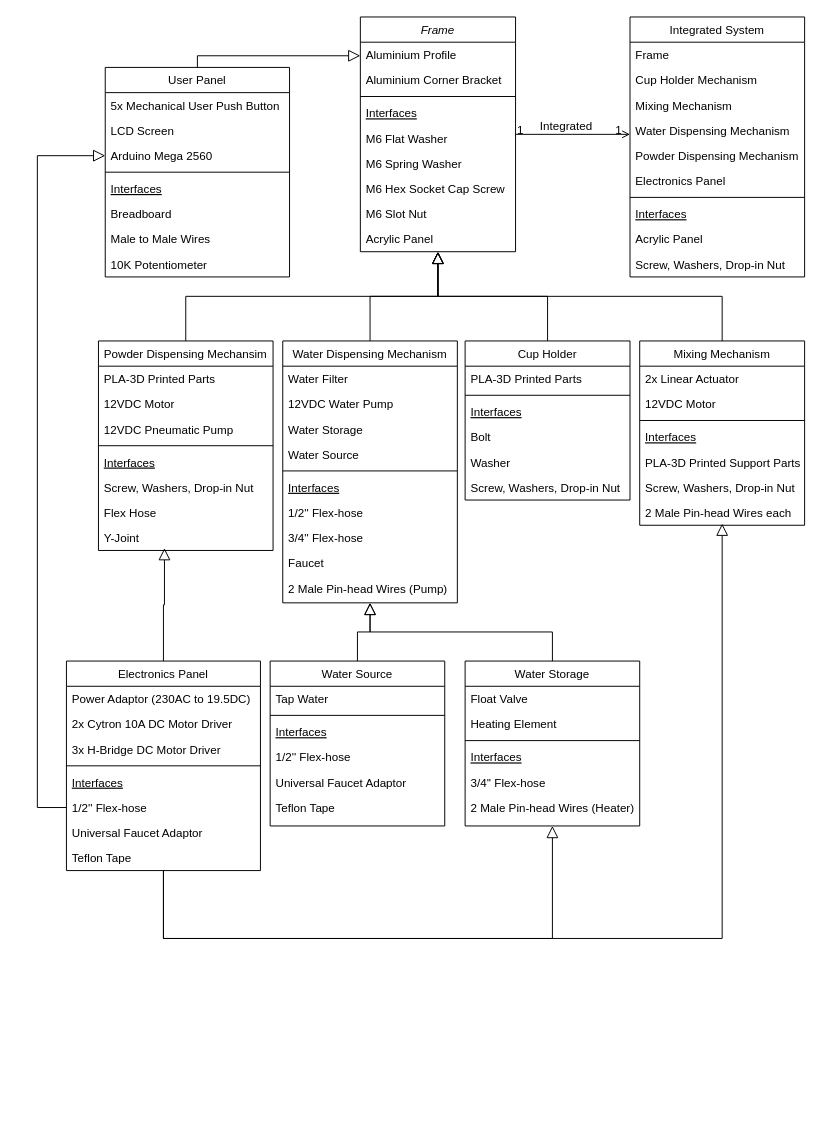
Above: integrationclass.drawio in necroboi/RISK-AND-DECISION-HDB (draw.io), before the change. Source tidied: cells renumbered, new cells numbered last; positions are measured from the earlier drawing's top-left corner, leaving out a move shared by most shapes. Both pictures are drawn from the tidied source at 97%, with x=0, y=0 at pixel (37, 16).
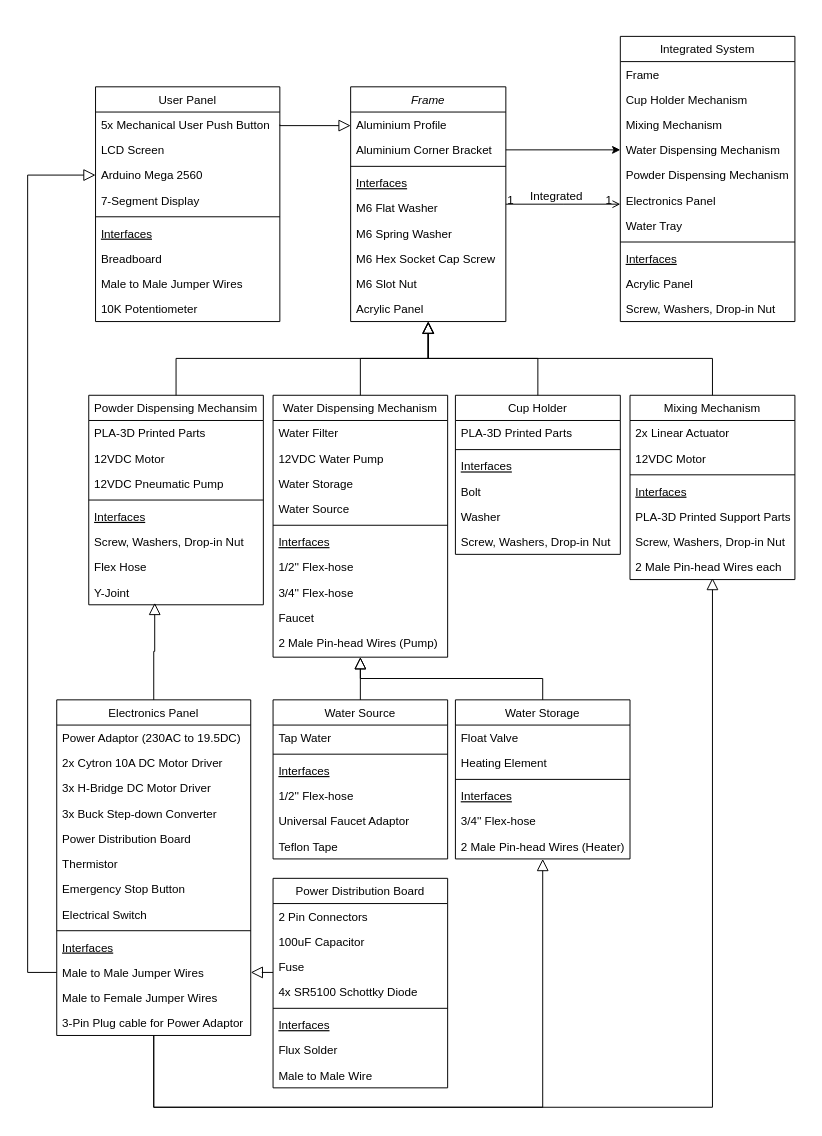
After the change.

The change refers to these unchanged cells:
```xml
<mxCell id="3" value="Aluminium Profile" style="text;align=left;verticalAlign=top;spacingLeft=4;spacingRight=4;overflow=hidden;points=[[0,0.5],[1,0.5]];portConstraint=eastwest;" parent="2" vertex="1">
  <mxGeometry y="26" width="160" height="26" as="geometry" />
</mxCell>
<mxCell id="4" value="Aluminium Corner Bracket" style="text;align=left;verticalAlign=top;spacingLeft=4;spacingRight=4;overflow=hidden;points=[[0,0.5],[1,0.5]];portConstraint=eastwest;rounded=0;shadow=0;html=0;" parent="2" vertex="1">
  <mxGeometry y="52" width="160" height="26" as="geometry" />
</mxCell>
<mxCell id="31" value="2 Male Pin-head Wires each" style="text;align=left;verticalAlign=top;spacingLeft=4;spacingRight=4;overflow=hidden;points=[[0,0.5],[1,0.5]];portConstraint=eastwest;" parent="24" vertex="1">
  <mxGeometry y="164" width="170" height="26" as="geometry" />
</mxCell>
<mxCell id="37" value="Water Dispensing Mechanism" style="text;align=left;verticalAlign=top;spacingLeft=4;spacingRight=4;overflow=hidden;points=[[0,0.5],[1,0.5]];portConstraint=eastwest;rounded=0;shadow=0;html=0;" parent="33" vertex="1">
  <mxGeometry y="104" width="180" height="26" as="geometry" />
</mxCell>
<mxCell id="80" value="Y-Joint" style="text;align=left;verticalAlign=top;spacingLeft=4;spacingRight=4;overflow=hidden;points=[[0,0.5],[1,0.5]];portConstraint=eastwest;" parent="72" vertex="1">
  <mxGeometry y="190" width="180" height="26" as="geometry" />
</mxCell>
<mxCell id="85" value="Arduino Mega 2560" style="text;align=left;verticalAlign=top;spacingLeft=4;spacingRight=4;overflow=hidden;points=[[0,0.5],[1,0.5]];portConstraint=eastwest;" parent="82" vertex="1">
  <mxGeometry y="78" width="190" height="26" as="geometry" />
</mxCell>
```

Change to the diagram source:
```diff
@@
     <mxCell id="2" value="Frame" style="swimlane;fontStyle=2;align=center;verticalAlign=top;horizontal=1;startSize=26;rounded=0;shadow=0;strokeWidth=1;" parent="1" vertex="1">
-      <mxGeometry x="333" width="160" height="242" as="geometry" />
+      <mxGeometry x="323" y="72" width="160" height="242" as="geometry" />
     </mxCell>
@@
     <mxCell id="12" value="Water Dispensing Mechanism" style="swimlane;fontStyle=0;align=center;verticalAlign=top;horizontal=1;startSize=26;rounded=0;shadow=0;strokeWidth=1;" parent="1" vertex="1">
-      <mxGeometry x="253" y="334" width="180" height="270" as="geometry" />
+      <mxGeometry x="243" y="390" width="180" height="270" as="geometry" />
     </mxCell>
@@
     <mxCell id="24" value="Mixing Mechanism" style="swimlane;fontStyle=0;align=center;verticalAlign=top;horizontal=1;startSize=26;rounded=0;shadow=0;strokeWidth=1;" parent="1" vertex="1">
-      <mxGeometry x="621" y="334" width="170" height="190" as="geometry" />
+      <mxGeometry x="611" y="390" width="170" height="190" as="geometry" />
     </mxCell>
@@
     <mxCell id="33" value="Integrated System" style="swimlane;fontStyle=0;align=center;verticalAlign=top;horizontal=1;startSize=26;rounded=0;shadow=0;strokeWidth=1;" parent="1" vertex="1">
-      <mxGeometry x="611" width="180" height="268" as="geometry" />
+      <mxGeometry x="601" y="20" width="180" height="294" as="geometry" />
     </mxCell>
@@
+    <mxCell id="105" value="Water Tray" style="text;align=left;verticalAlign=top;spacingLeft=4;spacingRight=4;overflow=hidden;rounded=0;shadow=0;html=0;" parent="33" vertex="1">
+      <mxGeometry y="182" width="180" height="26" as="geometry" />
+    </mxCell>
     <mxCell id="40" style="line;html=1;strokeWidth=1;align=left;verticalAlign=middle;spacingTop=-1;spacingLeft=3;spacingRight=3;labelPosition=right;" parent="33" vertex="1">
-      <mxGeometry y="182" width="180" height="8" as="geometry" />
+      <mxGeometry y="208" width="180" height="8" as="geometry" />
     </mxCell>
     <mxCell id="41" value="Interfaces" style="text;align=left;verticalAlign=top;spacingLeft=4;spacingRight=4;overflow=hidden;fontStyle=4;" parent="33" vertex="1">
-      <mxGeometry y="190" width="180" height="26" as="geometry" />
+      <mxGeometry y="216" width="180" height="26" as="geometry" />
     </mxCell>
     <mxCell id="42" value="Acrylic Panel" style="text;align=left;verticalAlign=top;spacingLeft=4;spacingRight=4;overflow=hidden;" parent="33" vertex="1">
-      <mxGeometry y="216" width="180" height="26" as="geometry" />
+      <mxGeometry y="242" width="180" height="26" as="geometry" />
     </mxCell>
     <mxCell id="43" value="Screw, Washers, Drop-in Nut" style="text;align=left;verticalAlign=top;spacingLeft=4;spacingRight=4;overflow=hidden;" parent="33" vertex="1">
-      <mxGeometry y="242" width="180" height="26" as="geometry" />
+      <mxGeometry y="268" width="180" height="26" as="geometry" />
     </mxCell>
@@
     <mxCell id="48" value="Cup Holder" style="swimlane;fontStyle=0;align=center;verticalAlign=top;horizontal=1;startSize=26;rounded=0;shadow=0;strokeWidth=1;" parent="1" vertex="1">
-      <mxGeometry x="441" y="334" width="170" height="164" as="geometry" />
+      <mxGeometry x="431" y="390" width="170" height="164" as="geometry" />
     </mxCell>
@@
     <mxCell id="56" value="Water Storage" style="swimlane;fontStyle=0;align=center;verticalAlign=top;horizontal=1;startSize=26;rounded=0;shadow=0;strokeWidth=1;" parent="1" vertex="1">
-      <mxGeometry x="441" y="664" width="180" height="170" as="geometry" />
+      <mxGeometry x="431" y="704" width="180" height="164" as="geometry" />
     </mxCell>
@@
     <mxCell id="63" style="endArrow=block;endSize=10;endFill=0;shadow=0;strokeWidth=1;rounded=0;curved=0;edgeStyle=elbowEdgeStyle;elbow=vertical;" parent="1" edge="1" source="56">
       <mxGeometry relative="1" as="geometry">
-        <mxPoint x="343" y="604" as="targetPoint" />
+        <mxPoint x="333" y="660" as="targetPoint" />
       </mxGeometry>
     </mxCell>
     <mxCell id="64" value="Water Source" style="swimlane;fontStyle=0;align=center;verticalAlign=top;horizontal=1;startSize=26;rounded=0;shadow=0;strokeWidth=1;" parent="1" vertex="1">
-      <mxGeometry x="240" y="664" width="180" height="170" as="geometry" />
+      <mxGeometry x="243" y="704" width="180" height="164" as="geometry" />
     </mxCell>
@@
     <mxCell id="71" style="endArrow=block;endSize=10;endFill=0;shadow=0;strokeWidth=1;rounded=0;curved=0;edgeStyle=elbowEdgeStyle;elbow=vertical;" parent="1" edge="1" source="64">
       <mxGeometry relative="1" as="geometry">
-        <mxPoint x="343" y="604" as="targetPoint" />
+        <mxPoint x="333" y="660" as="targetPoint" />
       </mxGeometry>
     </mxCell>
     <mxCell id="72" value="Powder Dispensing Mechansim" style="swimlane;fontStyle=0;align=center;verticalAlign=top;horizontal=1;startSize=26;rounded=0;shadow=0;strokeWidth=1;" parent="1" vertex="1">
-      <mxGeometry x="63" y="334" width="180" height="216" as="geometry" />
+      <mxGeometry x="53" y="390" width="180" height="216" as="geometry" />
     </mxCell>
@@
     <mxCell id="82" value="User Panel" style="swimlane;fontStyle=0;align=center;verticalAlign=top;horizontal=1;startSize=26;rounded=0;shadow=0;strokeWidth=1;" parent="1" vertex="1">
-      <mxGeometry x="70" y="52" width="190" height="216" as="geometry" />
+      <mxGeometry x="60" y="72" width="190" height="242" as="geometry" />
     </mxCell>
@@
+    <mxCell id="106" value="7-Segment Display" style="text;align=left;verticalAlign=top;spacingLeft=4;spacingRight=4;overflow=hidden;" parent="82" vertex="1">
+      <mxGeometry y="104" width="190" height="26" as="geometry" />
+    </mxCell>
     <mxCell id="86" style="line;html=1;strokeWidth=1;align=left;verticalAlign=middle;spacingTop=-1;spacingLeft=3;spacingRight=3;labelPosition=right;" parent="82" vertex="1">
-      <mxGeometry y="104" width="190" height="8" as="geometry" />
+      <mxGeometry y="130" width="190" height="8" as="geometry" />
     </mxCell>
     <mxCell id="87" value="Interfaces" style="text;align=left;verticalAlign=top;spacingLeft=4;spacingRight=4;overflow=hidden;fontStyle=4;" parent="82" vertex="1">
-      <mxGeometry y="112" width="190" height="26" as="geometry" />
+      <mxGeometry y="138" width="190" height="26" as="geometry" />
     </mxCell>
     <mxCell id="88" value="Breadboard" style="text;align=left;verticalAlign=top;spacingLeft=4;spacingRight=4;overflow=hidden;" parent="82" vertex="1">
-      <mxGeometry y="138" width="190" height="26" as="geometry" />
+      <mxGeometry y="164" width="190" height="26" as="geometry" />
     </mxCell>
-    <mxCell id="89" value="Male to Male Wires" style="text;align=left;verticalAlign=top;spacingLeft=4;spacingRight=4;overflow=hidden;" parent="82" vertex="1">
-      <mxGeometry y="164" width="190" height="26" as="geometry" />
+    <mxCell id="89" value="Male to Male Jumper Wires" style="text;align=left;verticalAlign=top;spacingLeft=4;spacingRight=4;overflow=hidden;" parent="82" vertex="1">
+      <mxGeometry y="190" width="190" height="26" as="geometry" />
     </mxCell>
     <mxCell id="90" value="10K Potentiometer" style="text;align=left;verticalAlign=top;spacingLeft=4;spacingRight=4;overflow=hidden;" parent="82" vertex="1">
-      <mxGeometry y="190" width="190" height="26" as="geometry" />
+      <mxGeometry y="216" width="190" height="26" as="geometry" />
     </mxCell>
-    <mxCell id="91" style="endArrow=block;endSize=10;endFill=0;shadow=0;strokeWidth=1;rounded=0;curved=0;edgeStyle=elbowEdgeStyle;elbow=vertical;exitX=0.5;exitY=0;exitDx=0;exitDy=0;entryX=0;entryY=0.5;entryDx=0;entryDy=0;" parent="1" edge="1" source="82" target="3">
+    <mxCell id="91" style="endArrow=block;endSize=10;endFill=0;shadow=0;strokeWidth=1;rounded=0;curved=0;edgeStyle=elbowEdgeStyle;elbow=vertical;entryX=0;entryY=0.5;entryDx=0;entryDy=0;" parent="1" edge="1" target="3">
       <mxGeometry relative="1" as="geometry">
+        <mxPoint x="250" y="111" as="sourcePoint" />
         <Array as="points">
-          <mxPoint x="200" y="40" />
+          <mxPoint x="190" y="112" />
         </Array>
       </mxGeometry>
     </mxCell>
     <mxCell id="92" value="Electronics Panel" style="swimlane;fontStyle=0;align=center;verticalAlign=top;horizontal=1;startSize=26;rounded=0;shadow=0;strokeWidth=1;" parent="1" vertex="1">
-      <mxGeometry x="30" y="664" width="200" height="216" as="geometry" />
+      <mxGeometry x="20" y="704" width="200" height="346" as="geometry" />
     </mxCell>
@@
+    <mxCell id="107" value="3x Buck Step-down Converter" style="text;align=left;verticalAlign=top;spacingLeft=4;spacingRight=4;overflow=hidden;" parent="92" vertex="1">
+      <mxGeometry y="104" width="200" height="26" as="geometry" />
+    </mxCell>
+    <mxCell id="108" value="Power Distribution Board" style="text;align=left;verticalAlign=top;spacingLeft=4;spacingRight=4;overflow=hidden;" parent="92" vertex="1">
+      <mxGeometry y="130" width="200" height="26" as="geometry" />
+    </mxCell>
+    <mxCell id="109" value="Thermistor" style="text;align=left;verticalAlign=top;spacingLeft=4;spacingRight=4;overflow=hidden;" parent="92" vertex="1">
+      <mxGeometry y="156" width="200" height="26" as="geometry" />
+    </mxCell>
+    <mxCell id="110" value="Emergency Stop Button" style="text;align=left;verticalAlign=top;spacingLeft=4;spacingRight=4;overflow=hidden;rounded=0;shadow=0;html=0;" parent="92" vertex="1">
+      <mxGeometry y="182" width="200" height="26" as="geometry" />
+    </mxCell>
+    <mxCell id="111" value="Electrical Switch" style="text;align=left;verticalAlign=top;spacingLeft=4;spacingRight=4;overflow=hidden;rounded=0;shadow=0;html=0;" parent="92" vertex="1">
+      <mxGeometry y="208" width="200" height="26" as="geometry" />
+    </mxCell>
     <mxCell id="96" style="line;html=1;strokeWidth=1;align=left;verticalAlign=middle;spacingTop=-1;spacingLeft=3;spacingRight=3;labelPosition=right;" parent="92" vertex="1">
-      <mxGeometry y="104" width="200" height="8" as="geometry" />
+      <mxGeometry y="234" width="200" height="8" as="geometry" />
     </mxCell>
     <mxCell id="97" value="Interfaces" style="text;align=left;verticalAlign=top;spacingLeft=4;spacingRight=4;overflow=hidden;fontStyle=4;" parent="92" vertex="1">
-      <mxGeometry y="112" width="200" height="26" as="geometry" />
+      <mxGeometry y="242" width="200" height="26" as="geometry" />
     </mxCell>
-    <mxCell id="98" value="1/2'' Flex-hose" style="text;align=left;verticalAlign=top;spacingLeft=4;spacingRight=4;overflow=hidden;points=[[0,0.5],[1,0.5]];portConstraint=eastwest;" parent="92" vertex="1">
-      <mxGeometry y="138" width="200" height="26" as="geometry" />
+    <mxCell id="98" value="Male to Male Jumper Wires" style="text;align=left;verticalAlign=top;spacingLeft=4;spacingRight=4;overflow=hidden;points=[[0,0.5],[1,0.5]];portConstraint=eastwest;" parent="92" vertex="1">
+      <mxGeometry y="268" width="200" height="26" as="geometry" />
     </mxCell>
-    <mxCell id="99" value="Universal Faucet Adaptor" style="text;align=left;verticalAlign=top;spacingLeft=4;spacingRight=4;overflow=hidden;" parent="92" vertex="1">
-      <mxGeometry y="164" width="200" height="26" as="geometry" />
+    <mxCell id="99" value="Male to Female Jumper Wires" style="text;align=left;verticalAlign=top;spacingLeft=4;spacingRight=4;overflow=hidden;" parent="92" vertex="1">
+      <mxGeometry y="294" width="200" height="26" as="geometry" />
     </mxCell>
-    <mxCell id="100" value="Teflon Tape" style="text;align=left;verticalAlign=top;spacingLeft=4;spacingRight=4;overflow=hidden;" parent="92" vertex="1">
-      <mxGeometry y="190" width="200" height="26" as="geometry" />
+    <mxCell id="100" value="3-Pin Plug cable for Power Adaptor" style="text;align=left;verticalAlign=top;spacingLeft=4;spacingRight=4;overflow=hidden;" parent="92" vertex="1">
+      <mxGeometry y="320" width="200" height="26" as="geometry" />
     </mxCell>
-    <mxCell id="101" style="endArrow=block;endSize=10;endFill=0;shadow=0;strokeWidth=1;rounded=0;curved=0;edgeStyle=elbowEdgeStyle;elbow=vertical;entryX=0.378;entryY=0.906;entryDx=0;entryDy=0;entryPerimeter=0;" parent="1" edge="1" source="92" target="80">
-      <mxGeometry relative="1" as="geometry" />
+    <mxCell id="101" style="endArrow=block;endSize=10;endFill=0;shadow=0;strokeWidth=1;rounded=0;curved=0;edgeStyle=elbowEdgeStyle;elbow=vertical;" parent="1" edge="1" source="92">
+      <mxGeometry relative="1" as="geometry">
+        <mxPoint x="121" y="604" as="targetPoint" />
+      </mxGeometry>
     </mxCell>
     <mxCell id="102" style="endArrow=block;endSize=10;endFill=0;shadow=0;strokeWidth=1;rounded=0;curved=0;edgeStyle=elbowEdgeStyle;elbow=vertical;exitX=0;exitY=0.5;exitDx=0;exitDy=0;entryX=0;entryY=0.5;entryDx=0;entryDy=0;" parent="1" edge="1" source="98" target="85">
       <mxGeometry relative="1" as="geometry">
         <Array as="points">
-          <mxPoint y="510" />
+          <mxPoint x="-10" y="582" />
         </Array>
       </mxGeometry>
     </mxCell>
     <mxCell id="103" style="endArrow=block;endSize=10;endFill=0;shadow=0;strokeWidth=1;rounded=0;curved=0;edgeStyle=elbowEdgeStyle;elbow=vertical;entryX=0.5;entryY=1;entryDx=0;entryDy=0;exitX=0.5;exitY=1;exitDx=0;exitDy=0;" parent="1" edge="1" source="92" target="56">
       <mxGeometry relative="1" as="geometry">
         <Array as="points">
-          <mxPoint x="330" y="950" />
+          <mxPoint x="320" y="1124" />
         </Array>
       </mxGeometry>
     </mxCell>
     <mxCell id="104" style="endArrow=block;endSize=10;endFill=0;shadow=0;strokeWidth=1;rounded=0;curved=0;edgeStyle=elbowEdgeStyle;elbow=vertical;entryX=0.5;entryY=0.936;entryDx=0;entryDy=0;entryPerimeter=0;exitX=0.5;exitY=1;exitDx=0;exitDy=0;" parent="1" edge="1" source="92" target="31">
       <mxGeometry relative="1" as="geometry">
         <Array as="points">
-          <mxPoint x="430" y="950" />
+          <mxPoint x="420" y="1124" />
         </Array>
       </mxGeometry>
     </mxCell>
+    <mxCell id="112" style="edgeStyle=orthogonalEdgeStyle;rounded=0;jettySize=auto;html=1;" parent="1" edge="1" source="4" target="37">
+      <mxGeometry relative="1" as="geometry" />
+    </mxCell>
+    <mxCell id="113" value="Power Distribution Board" style="swimlane;fontStyle=0;align=center;verticalAlign=top;horizontal=1;startSize=26;rounded=0;shadow=0;strokeWidth=1;" parent="1" vertex="1">
+      <mxGeometry x="243" y="888" width="180" height="216" as="geometry" />
+    </mxCell>
+    <mxCell id="114" value="2 Pin Connectors " style="text;align=left;verticalAlign=top;spacingLeft=4;spacingRight=4;overflow=hidden;" parent="113" vertex="1">
+      <mxGeometry y="26" width="180" height="26" as="geometry" />
+    </mxCell>
+    <mxCell id="115" value="100uF Capacitor" style="text;align=left;verticalAlign=top;spacingLeft=4;spacingRight=4;overflow=hidden;" parent="113" vertex="1">
+      <mxGeometry y="52" width="180" height="26" as="geometry" />
+    </mxCell>
+    <mxCell id="116" value="Fuse" style="text;align=left;verticalAlign=top;spacingLeft=4;spacingRight=4;overflow=hidden;" parent="113" vertex="1">
+      <mxGeometry y="78" width="180" height="26" as="geometry" />
+    </mxCell>
+    <mxCell id="117" value="4x SR5100 Schottky Diode" style="text;align=left;verticalAlign=top;spacingLeft=4;spacingRight=4;overflow=hidden;" parent="113" vertex="1">
+      <mxGeometry y="104" width="180" height="26" as="geometry" />
+    </mxCell>
+    <mxCell id="118" style="line;html=1;strokeWidth=1;align=left;verticalAlign=middle;spacingTop=-1;spacingLeft=3;spacingRight=3;labelPosition=right;" parent="113" vertex="1">
+      <mxGeometry y="130" width="180" height="8" as="geometry" />
+    </mxCell>
+    <mxCell id="119" value="Interfaces" style="text;align=left;verticalAlign=top;spacingLeft=4;spacingRight=4;overflow=hidden;fontStyle=4;" parent="113" vertex="1">
+      <mxGeometry y="138" width="180" height="26" as="geometry" />
+    </mxCell>
+    <mxCell id="120" value="Flux Solder" style="text;align=left;verticalAlign=top;spacingLeft=4;spacingRight=4;overflow=hidden;" parent="113" vertex="1">
+      <mxGeometry y="164" width="180" height="26" as="geometry" />
+    </mxCell>
+    <mxCell id="121" value="Male to Male Wire" style="text;align=left;verticalAlign=top;spacingLeft=4;spacingRight=4;overflow=hidden;" parent="113" vertex="1">
+      <mxGeometry y="190" width="180" height="26" as="geometry" />
+    </mxCell>
+    <mxCell id="122" style="endArrow=block;endSize=10;endFill=0;shadow=0;strokeWidth=1;rounded=0;curved=0;edgeStyle=elbowEdgeStyle;elbow=vertical;entryX=1;entryY=0.5;entryDx=0;entryDy=0;" parent="1" edge="1" source="113" target="98">
+      <mxGeometry relative="1" as="geometry" />
+    </mxCell>
```
